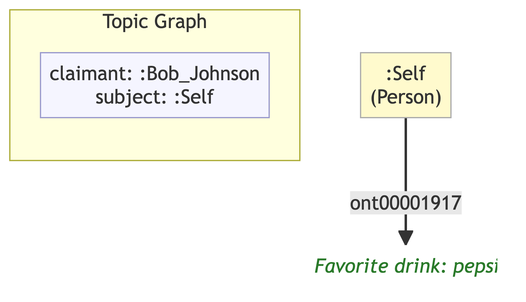
MeeFoundation/mia-ontologies keeps this Mermaid diagram as example/graphs/images/graph-08.png. Above is the earlier version. Its source is kept beside it as example/graphs/images/graph-08.mmd.
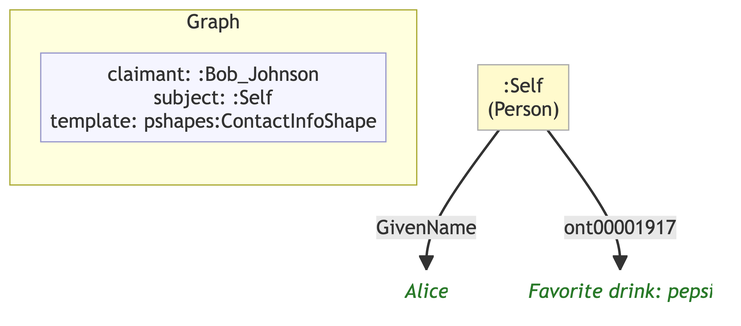
After the commit.

The edit, as a diff of the source:
```diff
@@ -1,16 +1,17 @@
 flowchart TD
     classDef person fill:#fffacd,stroke:#aaa,color:#333
-    classDef grp    fill:#d4edda,stroke:#aaa,color:#333
     classDef org    fill:#cce5ff,stroke:#aaa,color:#333
     classDef lit    fill:none,stroke:none,font-style:italic,color:#2a7a2a
     classDef meta   fill:#f5f5ff,stroke:#9999cc,color:#333
 
-    subgraph ctx["Topic Graph"]
+    subgraph ctx["Graph"]
         direction LR
-        ctx_meta["claimant: :Bob_Johnson\nsubject: :Self"]:::meta
+        ctx_meta["claimant: :Bob_Johnson\nsubject: :Self\ntemplate: pshapes:ContactInfoShape"]:::meta
     end
 
     ne0c3ba92f1db[":Self\n(Person)"]:::person
-    n0c0bbe680d71("Favorite drink: pepsi"):::lit
+    ne87afe0097ae("Alice"):::lit
+    n465047785ac1("Favorite drink: pepsi"):::lit
 
-    ne0c3ba92f1db -->|"ont00001917"| n0c0bbe680d71
+    ne0c3ba92f1db -->|"GivenName"| ne87afe0097ae
+    ne0c3ba92f1db -->|"ont00001917"| n465047785ac1
```
